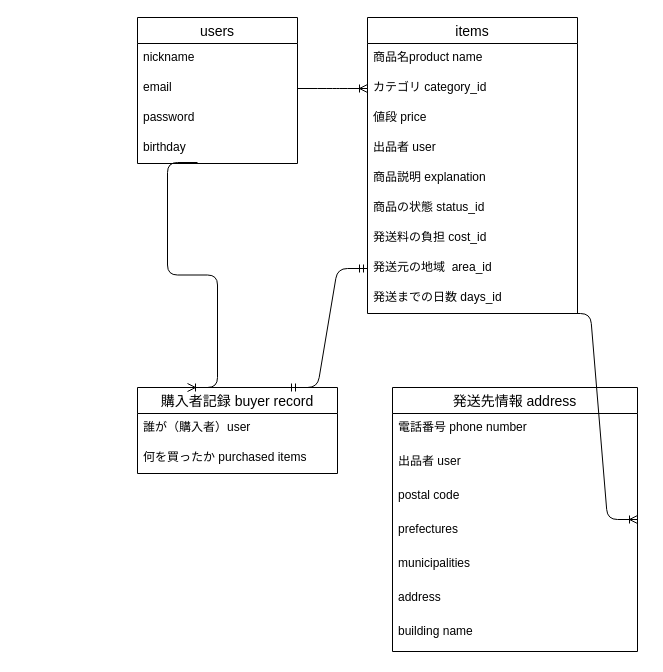
torennchi/furima35362 keeps this draw.io diagram as test.dio. Above is the earlier version. Source tidied: cells renumbered, new cells numbered last; positions are measured from the earlier drawing's top-left corner, leaving out a move shared by most shapes. Both pictures are drawn from the tidied source at 100%, with x=0, y=0 at pixel (137, 17).
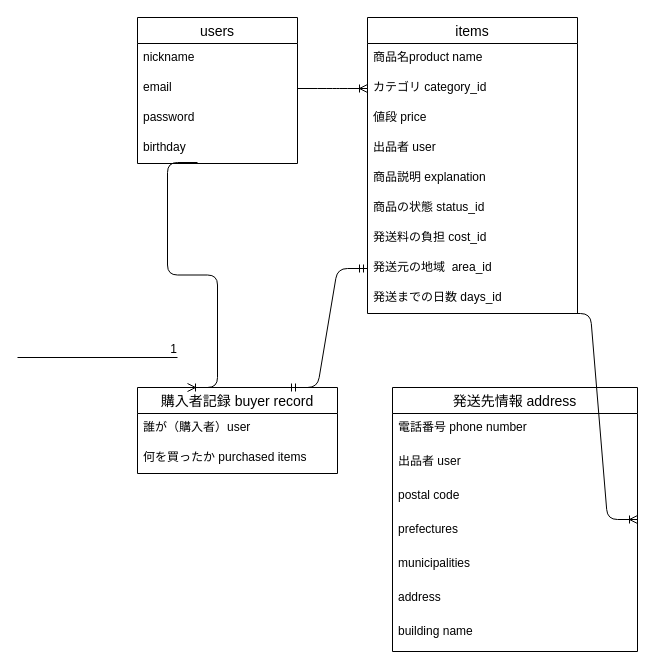
After the change.

The edit, as a diff of the source:
```diff
@@
+    <mxCell id="32" style="endArrow=none;html=1;rounded=0;" parent="1" edge="1">
+      <mxGeometry relative="1" as="geometry">
+        <mxPoint x="-120" y="340" as="sourcePoint" />
+        <mxPoint x="40" y="340" as="targetPoint" />
+      </mxGeometry>
+    </mxCell>
+    <mxCell id="33" value="1" style="html=1;align=right;verticalAlign=bottom;" parent="32" vertex="1">
+      <mxGeometry x="1" relative="1" as="geometry" />
+    </mxCell>
```
